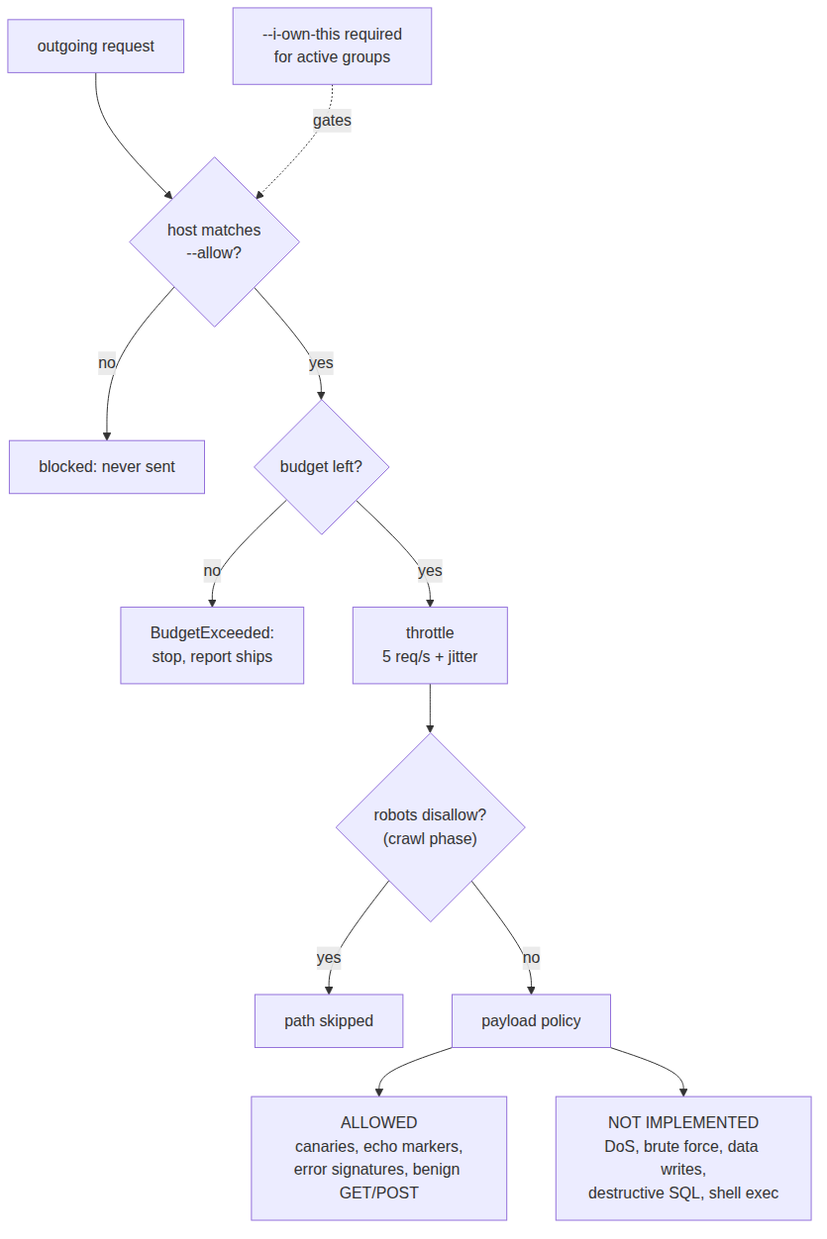
Above: docs/diagrams/05-safety-rails.png in pixie-chan/redqueen (Mermaid), before the change. Its source is kept beside it as docs/diagrams/05-safety-rails.mmd. Its diagram source:
```mermaid
flowchart TD
    Q["outgoing request"] --> G1{"host matches<br/>--allow?"}
    G1 -- "no" --> K1["blocked: never sent"]
    G1 -- "yes" --> G2{"budget left?"}
    G2 -- "no" --> K2["BudgetExceeded:<br/>stop, report ships"]
    G2 -- "yes" --> G3["throttle<br/>5 req/s + jitter"]
    G3 --> G4{"robots disallow?<br/>(crawl phase)"}
    G4 -- "yes" --> K3["path skipped"]
    G4 -- "no" --> PL["payload policy"]
    PL --> OKA["ALLOWED<br/>canaries, echo markers,<br/>error signatures, benign GET/POST"]
    PL --> NOA["NOT IMPLEMENTED<br/>DoS, brute force, data writes,<br/>destructive SQL, shell exec"]
    OWN["--i-own-this required<br/>for active groups"] -. gates .-> G1
```
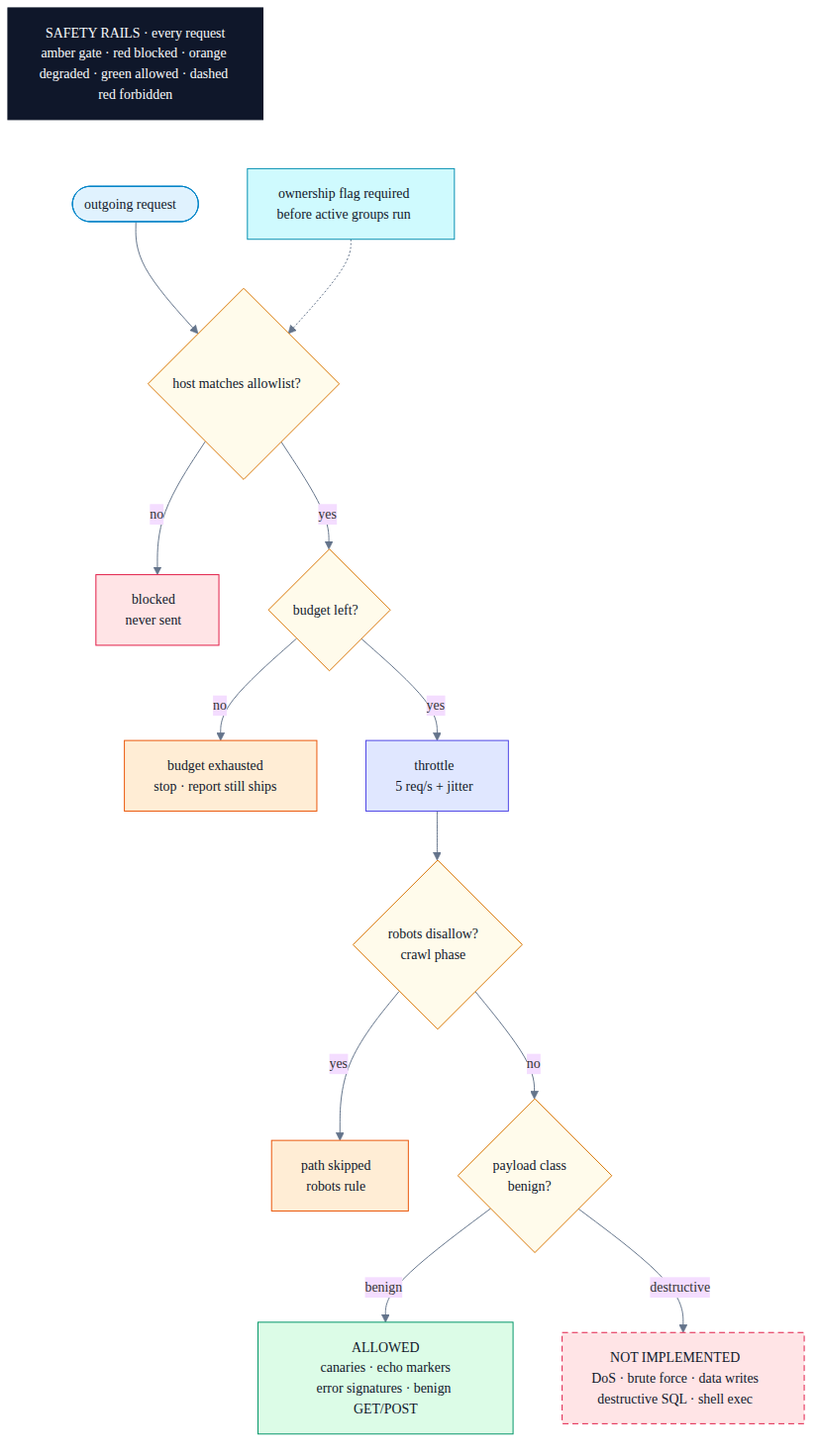
Above is the later version.

The edit, as a diff of the source:
```diff
@@ -1,12 +1,26 @@
+%%{init: {"theme":"base","themeVariables":{"fontFamily":"DejaVu Sans, Helvetica, sans-serif","fontSize":"14px","lineColor":"#64748b","clusterBkg":"#f8fafc","clusterBorder":"#cbd5e1"}}}%%
 flowchart TD
-    Q["outgoing request"] --> G1{"host matches<br/>--allow?"}
-    G1 -- "no" --> K1["blocked: never sent"]
-    G1 -- "yes" --> G2{"budget left?"}
-    G2 -- "no" --> K2["BudgetExceeded:<br/>stop, report ships"]
-    G2 -- "yes" --> G3["throttle<br/>5 req/s + jitter"]
-    G3 --> G4{"robots disallow?<br/>(crawl phase)"}
-    G4 -- "yes" --> K3["path skipped"]
-    G4 -- "no" --> PL["payload policy"]
-    PL --> OKA["ALLOWED<br/>canaries, echo markers,<br/>error signatures, benign GET/POST"]
-    PL --> NOA["NOT IMPLEMENTED<br/>DoS, brute force, data writes,<br/>destructive SQL, shell exec"]
-    OWN["--i-own-this required<br/>for active groups"] -. gates .-> G1
+    T["SAFETY RAILS · every request<br/>amber gate · red blocked · orange degraded · green allowed · dashed red forbidden"]:::title ~~~ Q(["outgoing request"]):::cli
+    Q --> G1{"host matches allowlist?"}:::gate
+    G1 -->|no| K1["blocked<br/>never sent"]:::bad
+    G1 -->|yes| G2{"budget left?"}:::gate
+    G2 -->|no| K2["budget exhausted<br/>stop · report still ships"]:::warn
+    G2 -->|yes| G3["throttle<br/>5 req/s + jitter"]:::engine
+    G3 --> G4{"robots disallow?<br/>crawl phase"}:::gate
+    G4 -->|yes| K3["path skipped<br/>robots rule"]:::warn
+    G4 -->|no| PL{"payload class<br/>benign?"}:::gate
+    PL -->|benign| OKA["ALLOWED<br/>canaries · echo markers<br/>error signatures · benign GET/POST"]:::good
+    PL -->|destructive| NOA["NOT IMPLEMENTED<br/>DoS · brute force · data writes<br/>destructive SQL · shell exec"]:::forbidden
+    OWN["ownership flag required<br/>before active groups run"]:::ext -.-> G1
+
+    classDef title fill:#0f172a,stroke:#0f172a,color:#f8fafc
+    classDef cli fill:#e0f2fe,stroke:#0284c7,color:#0f172a
+    classDef engine fill:#e0e7ff,stroke:#4f46e5,color:#0f172a
+    classDef gate fill:#fffbeb,stroke:#d97706,color:#0f172a
+    classDef good fill:#dcfce7,stroke:#059669,color:#0f172a
+    classDef bad fill:#ffe4e6,stroke:#e11d48,color:#0f172a
+    classDef warn fill:#ffedd5,stroke:#ea580c,color:#0f172a
+    classDef out fill:#ede9fe,stroke:#7c3aed,color:#0f172a
+    classDef neutral fill:#f1f5f9,stroke:#64748b,color:#0f172a
+    classDef ext fill:#cffafe,stroke:#0891b2,color:#0f172a
+    classDef forbidden fill:#ffe4e6,stroke:#e11d48,color:#0f172a,stroke-dasharray:6 4
```
